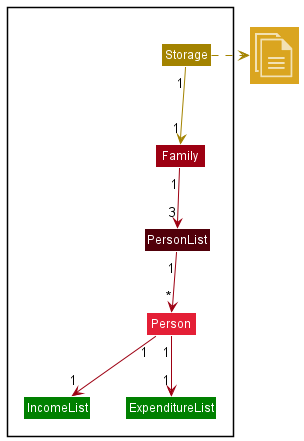
Above: docs/images/StorageDiagram.png in nus-cs2113-AY2122S2/tp (PlantUML), before the change.
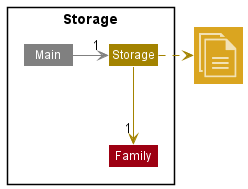
After the change.

Commit message:
update header to uml and fix data archive header update class diagram

The edit, as a diff of the source:
```diff
@@ -5,23 +5,18 @@
 !include <office/Users/user>
 !include style.puml
 
-Package " "<<Rectangle>>{
+Package "Storage"<<Rectangle>>{
 
     Class Storage STORAGE_COLOR
     Class Family MODEL_COLOR
-    Class PersonList MODEL_COLOR_T3
-    Class Person MODEL_COLOR_T2
-    Class IncomeList MONEY_COLOR
-    Class ExpenditureList MONEY_COLOR
+    Class Main #grey
 
 }
 
 Class "<$documents>" as File STORAGE_COLOR_T3
 Storage -right[STORAGE_COLOR].> File
-Storage "1" -down[STORAGE_COLOR]-> "1" Family
-Family "1" -down[MODEL_COLOR]-> "3" PersonList
-PersonList "1" -down[MODEL_COLOR]-> "*" Person
-Person "1" -down[MODEL_COLOR]-> "1" IncomeList
-Person "1" -down[MODEL_COLOR]-> "1" ExpenditureList
+Main -right[#grey]-> "1" Storage
+Storage -down[STORAGE_COLOR]-> "1" Family
+
 
 @enduml
```
